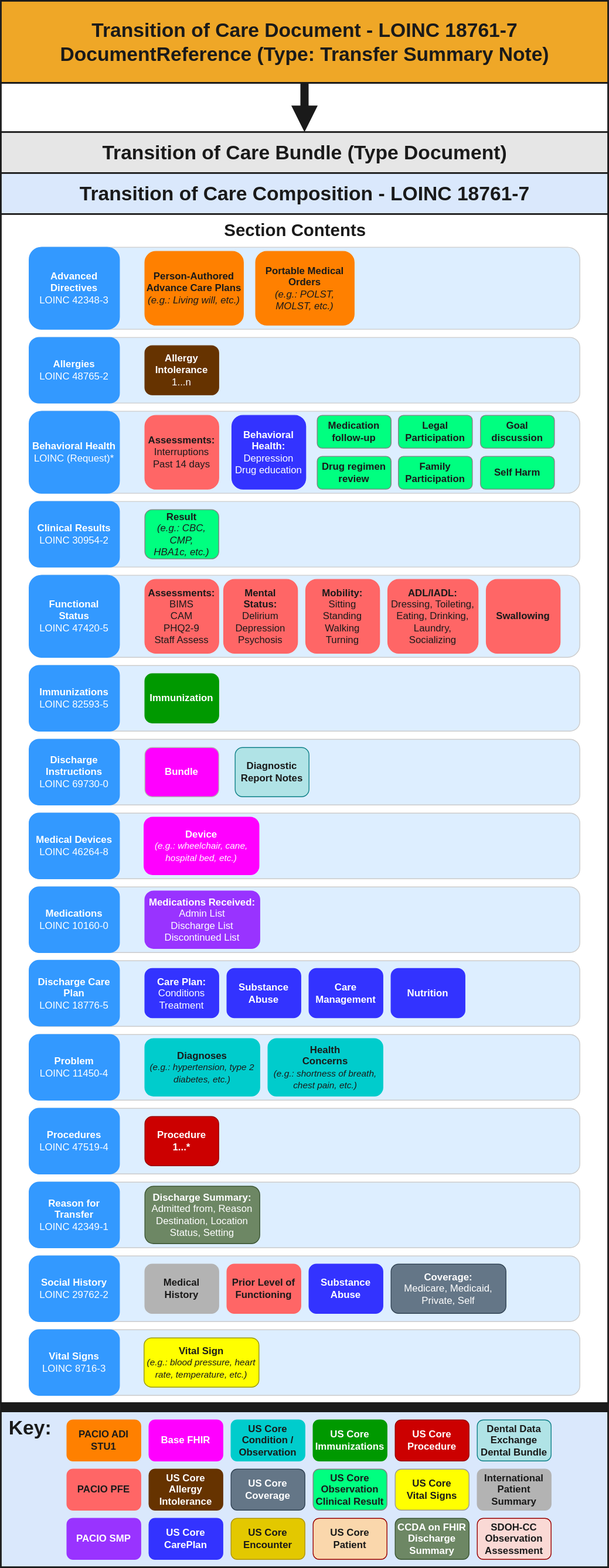
Before: input/images/TOC-STU1-Linked.svg, a diagram exported from draw.io (HL7/fhir-transitions-of-care-ig). Source tidied: cells renumbered, new cells last; positions are measured from the earlier drawing's top-left corner, leaving out a move shared by most shapes.
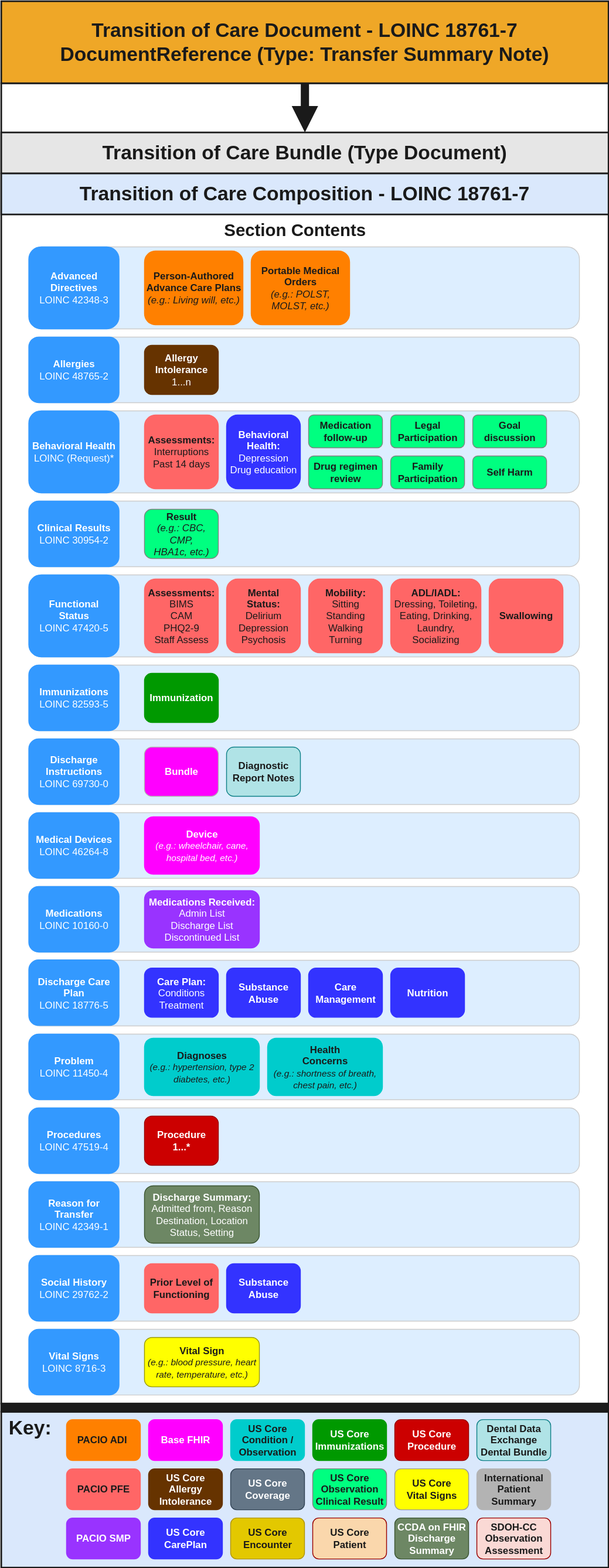
The same diagram one commit later.

What changed in the source:
```diff
@@ -77,7 +77,7 @@
       <mxGeometry x="175" y="305" width="120" height="90" as="geometry" />
     </mxCell>
     <mxCell id="28" value="&lt;b&gt;Portable Medical Orders &lt;/b&gt;&lt;br&gt;&lt;i style=&quot;&quot;&gt;(e.g.: POLST, MOLST, etc.)&lt;/i&gt;" style="rounded=1;whiteSpace=wrap;html=1;fillColor=#FF8000;strokeColor=#FF8000;rotation=0;fontColor=#1A1A1A;" parent="26" vertex="1">
-      <mxGeometry x="310" y="305" width="120" height="90" as="geometry" />
+      <mxGeometry x="305" y="305" width="120" height="90" as="geometry" />
     </mxCell>
     <mxCell id="29" value="&lt;b style=&quot;background-color: initial;&quot;&gt;&lt;font color=&quot;#ffffff&quot;&gt;Immunization&lt;/font&gt;&lt;/b&gt;" style="rounded=1;whiteSpace=wrap;html=1;fillColor=#009900;strokeColor=#009900;rotation=0;" parent="26" vertex="1">
       <mxGeometry x="175" y="820" width="90" height="60" as="geometry" />
@@ -95,52 +95,52 @@
       <mxGeometry x="175" y="505" width="90" height="90" as="geometry" />
     </mxCell>
     <mxCell id="34" value="&lt;b&gt;&lt;font color=&quot;#ffffff&quot;&gt;Behavioral&lt;/font&gt;&lt;/b&gt;&lt;div&gt;&lt;b&gt;&lt;font color=&quot;#ffffff&quot;&gt;Health:&lt;/font&gt;&lt;/b&gt;&lt;/div&gt;&lt;div&gt;&lt;font color=&quot;#ffffff&quot;&gt;Depression&lt;/font&gt;&lt;/div&gt;&lt;div&gt;&lt;font color=&quot;#ffffff&quot;&gt;Drug education&lt;/font&gt;&lt;/div&gt;" style="rounded=1;whiteSpace=wrap;html=1;fillColor=#3333FF;strokeColor=#3333FF;rotation=0;" parent="26" vertex="1">
-      <mxGeometry x="281" y="505" width="90" height="90" as="geometry" />
+      <mxGeometry x="275" y="505" width="90" height="90" as="geometry" />
     </mxCell>
     <mxCell id="35" value="&lt;b&gt;Drug regimen review&lt;/b&gt;" style="rounded=1;whiteSpace=wrap;html=1;fillColor=#00FF80;strokeColor=#808080;rotation=0;fontColor=#1A1A1A;" parent="26" vertex="1">
-      <mxGeometry x="385" y="555" width="90" height="40" as="geometry" />
+      <mxGeometry x="375" y="555" width="90" height="40" as="geometry" />
     </mxCell>
     <mxCell id="36" value="&lt;b&gt;Medication follow-up&lt;/b&gt;" style="rounded=1;whiteSpace=wrap;html=1;fillColor=#00FF80;strokeColor=#808080;rotation=0;fontColor=#1A1A1A;" parent="26" vertex="1">
-      <mxGeometry x="385" y="505" width="90" height="40" as="geometry" />
+      <mxGeometry x="375" y="505" width="90" height="40" as="geometry" />
     </mxCell>
     <mxCell id="37" value="&lt;b&gt;Family Participation&lt;/b&gt;" style="rounded=1;whiteSpace=wrap;html=1;fillColor=#00FF80;strokeColor=#808080;rotation=0;fontColor=#1A1A1A;" parent="26" vertex="1">
-      <mxGeometry x="484" y="555" width="90" height="40" as="geometry" />
+      <mxGeometry x="475" y="555" width="90" height="40" as="geometry" />
     </mxCell>
     <mxCell id="38" value="&lt;b&gt;Legal Participation&lt;/b&gt;" style="rounded=1;whiteSpace=wrap;html=1;fillColor=#00FF80;strokeColor=#808080;rotation=0;fontColor=#1A1A1A;" parent="26" vertex="1">
-      <mxGeometry x="484" y="505" width="90" height="40" as="geometry" />
+      <mxGeometry x="475" y="505" width="90" height="40" as="geometry" />
     </mxCell>
     <mxCell id="39" value="&lt;b&gt;Goal discussion&lt;/b&gt;" style="rounded=1;whiteSpace=wrap;html=1;fillColor=#00FF80;strokeColor=#808080;rotation=0;fontColor=#1A1A1A;" parent="26" vertex="1">
-      <mxGeometry x="584" y="505" width="90" height="40" as="geometry" />
+      <mxGeometry x="575" y="505" width="90" height="40" as="geometry" />
     </mxCell>
     <mxCell id="40" value="&lt;b&gt;Self Harm&lt;/b&gt;" style="rounded=1;whiteSpace=wrap;html=1;fillColor=#00FF80;strokeColor=#808080;rotation=0;fontColor=#1A1A1A;" parent="26" vertex="1">
-      <mxGeometry x="584" y="555" width="90" height="40" as="geometry" />
+      <mxGeometry x="575" y="555" width="90" height="40" as="geometry" />
     </mxCell>
     <mxCell id="41" value="&lt;div&gt;&lt;b&gt;Result &lt;/b&gt;&lt;br&gt;&lt;i&gt;(e.g.: CBC, CMP, HBA1c,&amp;nbsp;&lt;span style=&quot;background-color: transparent;&quot;&gt;etc.)&lt;/span&gt;&lt;/i&gt;&lt;/div&gt;" style="rounded=1;whiteSpace=wrap;html=1;fillColor=#00FF80;strokeColor=#808080;rotation=0;fontColor=#1A1A1A;" parent="26" vertex="1">
       <mxGeometry x="175" y="620" width="90" height="60" as="geometry" />
     </mxCell>
     <mxCell id="42" value="&lt;b&gt;Mental&lt;/b&gt;&lt;div&gt;&lt;b&gt;Status:&lt;/b&gt;&lt;/div&gt;&lt;div&gt;Delirium&lt;/div&gt;&lt;div&gt;&lt;span style=&quot;background-color: initial;&quot;&gt;Depression&lt;/span&gt;&lt;/div&gt;&lt;div&gt;Psychosis&lt;/div&gt;" style="rounded=1;whiteSpace=wrap;html=1;fillColor=#FF6666;strokeColor=#FF6666;rotation=0;fontColor=#1A1A1A;" parent="26" vertex="1">
-      <mxGeometry x="271" y="705" width="90" height="90" as="geometry" />
+      <mxGeometry x="275" y="705" width="90" height="90" as="geometry" />
     </mxCell>
     <mxCell id="43" value="&lt;b&gt;ADL/IADL:&lt;br&gt;&lt;/b&gt;&lt;div&gt;&lt;span style=&quot;background-color: transparent;&quot;&gt;Dressing,&amp;nbsp;&lt;/span&gt;Toileting,&lt;/div&gt;&lt;div&gt;&lt;span style=&quot;background-color: transparent;&quot;&gt;Eating, Drinking,&lt;/span&gt;&lt;/div&gt;&lt;div&gt;Laundry,&lt;/div&gt;&lt;div&gt;Socializing&lt;/div&gt;" style="rounded=1;whiteSpace=wrap;html=1;fillColor=#FF6666;strokeColor=#FF6666;rotation=0;fontColor=#1A1A1A;" parent="26" vertex="1">
-      <mxGeometry x="471" y="705" width="110" height="90" as="geometry" />
+      <mxGeometry x="475" y="705" width="110" height="90" as="geometry" />
     </mxCell>
     <mxCell id="44" style="edgeStyle=orthogonalEdgeStyle;rounded=0;orthogonalLoop=1;jettySize=auto;html=1;exitX=0.5;exitY=1;exitDx=0;exitDy=0;" parent="26" edge="1" source="42" target="42">
       <mxGeometry relative="1" as="geometry" />
     </mxCell>
     <mxCell id="45" value="&lt;div&gt;&lt;b&gt;Mobility:&lt;/b&gt;&lt;/div&gt;&lt;div&gt;Sitting&lt;/div&gt;&lt;div&gt;Standing&lt;/div&gt;&lt;div&gt;Walking&lt;/div&gt;&lt;div&gt;Turning&lt;/div&gt;" style="rounded=1;whiteSpace=wrap;html=1;fillColor=#FF6666;strokeColor=#FF6666;rotation=0;fontColor=#1A1A1A;" parent="26" vertex="1">
-      <mxGeometry x="371" y="705" width="90" height="90" as="geometry" />
+      <mxGeometry x="375" y="705" width="90" height="90" as="geometry" />
     </mxCell>
     <mxCell id="46" value="&lt;b&gt;Assessments:&lt;/b&gt;&lt;div&gt;BIMS&lt;/div&gt;&lt;div&gt;CAM&lt;/div&gt;&lt;div&gt;PHQ2-9&lt;/div&gt;&lt;div&gt;Staff Assess&lt;/div&gt;" style="rounded=1;whiteSpace=wrap;html=1;fillColor=#FF6666;strokeColor=#FF6666;rotation=0;fontColor=#1A1A1A;" parent="26" vertex="1">
       <mxGeometry x="175" y="705" width="90" height="90" as="geometry" />
     </mxCell>
     <mxCell id="47" value="&lt;b&gt;Swallowing&lt;/b&gt;" style="rounded=1;whiteSpace=wrap;html=1;fillColor=#FF6666;strokeColor=#FF6666;rotation=0;fontColor=#1A1A1A;" parent="26" vertex="1">
-      <mxGeometry x="591" y="705" width="90" height="90" as="geometry" />
+      <mxGeometry x="595" y="705" width="90" height="90" as="geometry" />
     </mxCell>
     <mxCell id="48" value="&lt;b&gt;Bundle&lt;/b&gt;" style="rounded=1;whiteSpace=wrap;html=1;fillColor=#FF00FF;strokeColor=#B3B3B3;fontColor=#FFFFFF;rotation=0;" parent="26" vertex="1">
       <mxGeometry x="175" y="910" width="90" height="60" as="geometry" />
     </mxCell>
     <mxCell id="49" value="&lt;div&gt;&lt;font style=&quot;color: rgb(255, 255, 255);&quot;&gt;&lt;b&gt;Device &lt;/b&gt;&lt;br&gt;&lt;i&gt;&lt;font style=&quot;font-size: 11px;&quot;&gt;(e.g.:&amp;nbsp;&lt;/font&gt;&lt;/i&gt;&lt;i style=&quot;background-color: transparent;&quot;&gt;&lt;font style=&quot;font-size: 11px;&quot;&gt;wheelchair, cane, hospital bed, etc.)&lt;/font&gt;&lt;/i&gt;&lt;/font&gt;&lt;/div&gt;" style="rounded=1;whiteSpace=wrap;html=1;fillColor=#FF00FF;strokeColor=#FF00FF;fontColor=#FFFFFF;rotation=0;" parent="26" vertex="1">
-      <mxGeometry x="174" y="995" width="140" height="70" as="geometry" />
+      <mxGeometry x="175" y="995" width="140" height="70" as="geometry" />
     </mxCell>
     <mxCell id="50" value="&lt;b&gt;&lt;font color=&quot;#ffffff&quot;&gt;Medications Received:&lt;/font&gt;&lt;/b&gt;&lt;div&gt;&lt;font color=&quot;#ffffff&quot;&gt;Admin List&lt;/font&gt;&lt;/div&gt;&lt;div&gt;&lt;font color=&quot;#ffffff&quot;&gt;Discharge List&lt;/font&gt;&lt;/div&gt;&lt;div&gt;&lt;font color=&quot;#ffffff&quot;&gt;Discontinued List&lt;/font&gt;&lt;/div&gt;" style="rounded=1;whiteSpace=wrap;html=1;fillColor=#9933FF;strokeColor=#9933FF;rotation=0;" parent="26" vertex="1">
       <mxGeometry x="175" y="1085" width="140" height="70" as="geometry" />
@@ -163,20 +163,14 @@
     <mxCell id="56" value="&lt;b&gt;&lt;font style=&quot;color: light-dark(rgb(255, 255, 255), rgb(255, 255, 255));&quot;&gt;Discharge Summary:&lt;br&gt;&lt;/font&gt;&lt;/b&gt;&lt;div&gt;&lt;font style=&quot;color: light-dark(rgb(255, 255, 255), rgb(255, 255, 255));&quot;&gt;&lt;span style=&quot;background-color: transparent;&quot;&gt;Admitted from,&amp;nbsp;&lt;/span&gt;Reason&lt;/font&gt;&lt;/div&gt;&lt;div&gt;&lt;font style=&quot;color: light-dark(rgb(255, 255, 255), rgb(255, 255, 255));&quot;&gt;Destination,&amp;nbsp;&lt;span style=&quot;background-color: transparent;&quot;&gt;Location&lt;/span&gt;&lt;/font&gt;&lt;/div&gt;&lt;div&gt;&lt;font style=&quot;color: light-dark(rgb(255, 255, 255), rgb(255, 255, 255));&quot;&gt;Status,&amp;nbsp;&lt;span style=&quot;background-color: transparent;&quot;&gt;Setting&lt;/span&gt;&lt;/font&gt;&lt;/div&gt;" style="rounded=1;whiteSpace=wrap;html=1;fillColor=#6d8764;strokeColor=#3A5431;fontColor=#ffffff;rotation=0;align=center;verticalAlign=middle;fontFamily=Helvetica;fontSize=12;" parent="26" vertex="1">
       <mxGeometry x="175" y="1445" width="140" height="70" as="geometry" />
     </mxCell>
-    <mxCell id="57" value="&lt;b&gt;&lt;font style=&quot;&quot;&gt;Coverage:&lt;/font&gt;&lt;/b&gt;&lt;div&gt;&lt;font style=&quot;&quot;&gt;Medicare,&amp;nbsp;&lt;span style=&quot;background-color: transparent;&quot;&gt;Medicaid,&lt;/span&gt;&lt;/font&gt;&lt;/div&gt;&lt;div&gt;&lt;font style=&quot;&quot;&gt;Private,&amp;nbsp;&lt;span style=&quot;background-color: transparent;&quot;&gt;Self&lt;/span&gt;&lt;/font&gt;&lt;/div&gt;" style="rounded=1;whiteSpace=wrap;html=1;fillColor=#647687;strokeColor=#314354;fontColor=#FFFFFF;rotation=0;" parent="26" vertex="1">
-      <mxGeometry x="475" y="1540" width="140" height="60" as="geometry" />
-    </mxCell>
-    <mxCell id="58" value="&lt;b&gt;Medical History&lt;/b&gt;" style="rounded=1;whiteSpace=wrap;html=1;fillColor=#B3B3B3;strokeColor=#B3B3B3;rotation=0;fontColor=#1A1A1A;" parent="26" vertex="1">
-      <mxGeometry x="175" y="1540" width="90" height="60" as="geometry" />
-    </mxCell>
     <mxCell id="59" value="&lt;b&gt;Prior Level of Functioning&lt;/b&gt;" style="rounded=1;whiteSpace=wrap;html=1;fillColor=#FF6666;strokeColor=#FF6666;rotation=0;fontColor=#1A1A1A;" parent="26" vertex="1">
-      <mxGeometry x="275" y="1540" width="90" height="60" as="geometry" />
+      <mxGeometry x="175" y="1540" width="90" height="60" as="geometry" />
     </mxCell>
     <mxCell id="60" value="&lt;b&gt;&lt;font color=&quot;#ffffff&quot;&gt;Substance&lt;/font&gt;&lt;/b&gt;&lt;div&gt;&lt;b&gt;&lt;font color=&quot;#ffffff&quot;&gt;Abuse&lt;/font&gt;&lt;/b&gt;&lt;/div&gt;" style="rounded=1;whiteSpace=wrap;html=1;fillColor=#3333FF;strokeColor=#3333FF;rotation=0;" parent="26" vertex="1">
-      <mxGeometry x="375" y="1540" width="90" height="60" as="geometry" />
+      <mxGeometry x="275" y="1540" width="90" height="60" as="geometry" />
     </mxCell>
     <mxCell id="61" value="&lt;b&gt;Vital Sign &lt;/b&gt;&lt;br&gt;&lt;i style=&quot;&quot;&gt;&lt;font style=&quot;font-size: 11px;&quot;&gt;(e.g.: blood pressure, heart rate, temperature, etc.)&lt;/font&gt;&lt;/i&gt;" style="rounded=1;whiteSpace=wrap;html=1;fillColor=#FFFF00;strokeColor=#999900;rotation=0;fontColor=#1A1A1A;" parent="26" vertex="1">
-      <mxGeometry x="174" y="1630" width="140" height="60" as="geometry" />
+      <mxGeometry x="175" y="1630" width="140" height="60" as="geometry" />
     </mxCell>
     <mxCell id="62" value="&lt;b&gt;&lt;font color=&quot;#ffffff&quot;&gt;US Core&lt;/font&gt;&lt;/b&gt;&lt;div&gt;&lt;b&gt;&lt;font color=&quot;#ffffff&quot;&gt;CarePlan&lt;/font&gt;&lt;/b&gt;&lt;/div&gt;" style="rounded=1;whiteSpace=wrap;html=1;fillColor=#3333FF;strokeColor=#3333FF;rotation=0;" parent="26" vertex="1">
       <mxGeometry x="180" y="1850" width="90" height="50" as="geometry" />
@@ -199,7 +193,7 @@
     <mxCell id="68" value="&lt;b&gt;PACIO PFE&lt;/b&gt;" style="rounded=1;whiteSpace=wrap;html=1;fillColor=#FF6666;strokeColor=#FF6666;rotation=0;fontColor=#1A1A1A;" parent="26" vertex="1">
       <mxGeometry x="80" y="1790" width="90" height="50" as="geometry" />
     </mxCell>
-    <mxCell id="69" value="&lt;b&gt;PACIO ADI STU1&lt;/b&gt;" style="rounded=1;whiteSpace=wrap;html=1;fillColor=#FF8000;strokeColor=#FF8000;rotation=0;fontColor=#1A1A1A;" parent="26" vertex="1">
+    <mxCell id="69" value="&lt;b&gt;PACIO ADI&amp;nbsp;&lt;/b&gt;" style="rounded=1;whiteSpace=wrap;html=1;fillColor=#FF8000;strokeColor=#FF8000;rotation=0;fontColor=#1A1A1A;" parent="26" vertex="1">
       <mxGeometry x="80" y="1730" width="90" height="50" as="geometry" />
     </mxCell>
     <mxCell id="70" value="&lt;font color=&quot;#ffffff&quot;&gt;&lt;b&gt;US Core Allergy Intolerance&lt;/b&gt;&lt;/font&gt;" style="rounded=1;whiteSpace=wrap;html=1;fillColor=#663300;strokeColor=#663300;rotation=0;" parent="26" vertex="1">
@@ -233,7 +227,7 @@
       <mxGeometry x="580" y="1790" width="90" height="50" as="geometry" />
     </mxCell>
     <mxCell id="80" value="&lt;div&gt;&lt;b&gt;Diagnostic&lt;/b&gt;&lt;/div&gt;&lt;div&gt;&lt;b&gt;Report Notes&lt;/b&gt;&lt;/div&gt;" style="rounded=1;whiteSpace=wrap;html=1;fillColor=#b0e3e6;strokeColor=#0e8088;rotation=0;fontColor=#1A1A1A;" parent="26" vertex="1">
-      <mxGeometry x="285" y="910" width="90" height="60" as="geometry" />
+      <mxGeometry x="275" y="910" width="90" height="60" as="geometry" />
     </mxCell>
     <mxCell id="81" value="&lt;span style=&quot;font-size: 21px;&quot;&gt;&lt;b&gt;&lt;font style=&quot;color: rgb(26, 26, 26);&quot;&gt;Section Contents&amp;nbsp; &amp;nbsp;&amp;nbsp;&lt;/font&gt;&lt;/b&gt;&lt;/span&gt;" style="rounded=0;whiteSpace=wrap;html=1;fillColor=none;rotation=0;horizontal=1;strokeColor=none;strokeWidth=2;align=center;verticalAlign=top;fontFamily=Helvetica;fontSize=12;fontColor=default;" parent="26" vertex="1">
       <mxGeometry y="260" width="740" height="40" as="geometry" />
```
